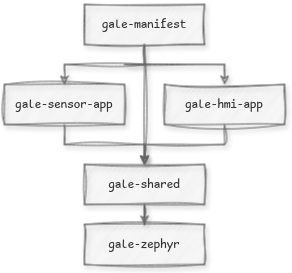
Before: res/gale-manifest.drawio.png, a diagram exported from draw.io (JaagupAverin/gale-manifest). Source tidied: cells renumbered, new cells last; positions are measured from the earlier drawing's top-left corner, leaving out a move shared by most shapes.
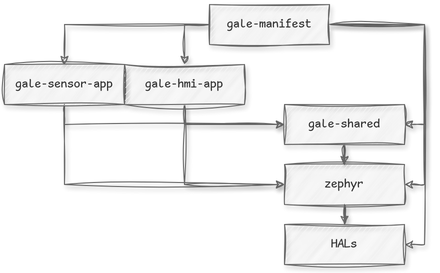
After the commit.

What changed in the source:
```diff
@@ -2,48 +2,56 @@
   <root>
     <mxCell id="0" />
     <mxCell id="1" parent="0" />
-    <mxCell id="2" style="edgeStyle=orthogonalEdgeStyle;rounded=0;jettySize=auto;html=1;entryX=0.5;entryY=0;entryDx=0;entryDy=0;fillColor=#f5f5f5;strokeColor=#666666;sketch=1;curveFitting=1;jiggle=2;shadow=1;fontFamily=Comic Sans MS;" parent="1" edge="1" target="9">
-      <mxGeometry relative="1" as="geometry">
-        <mxPoint x="120" y="60" as="sourcePoint" />
-        <Array as="points">
-          <mxPoint x="220" y="60" />
-        </Array>
-      </mxGeometry>
-    </mxCell>
+    <mxCell id="13" style="edgeStyle=orthogonalEdgeStyle;rounded=0;jettySize=auto;html=1;exitX=1;exitY=0.5;exitDx=0;exitDy=0;entryX=1;entryY=0.5;entryDx=0;entryDy=0;sketch=1;curveFitting=1;jiggle=2;shadow=1;strokeColor=#666666;fillColor=#f5f5f5;" parent="1" edge="1" source="5" target="19">
+      <mxGeometry relative="1" as="geometry" />
+    </mxCell>
+    <mxCell id="14" style="edgeStyle=orthogonalEdgeStyle;rounded=0;jettySize=auto;html=1;exitX=1;exitY=0.5;exitDx=0;exitDy=0;entryX=1;entryY=0.5;entryDx=0;entryDy=0;sketch=1;curveFitting=1;jiggle=2;shadow=1;strokeColor=#666666;fillColor=#f5f5f5;" parent="1" edge="1" source="5" target="12">
+      <mxGeometry relative="1" as="geometry" />
+    </mxCell>
+    <mxCell id="4" style="edgeStyle=orthogonalEdgeStyle;rounded=0;jettySize=auto;html=1;exitX=1;exitY=0.5;exitDx=0;exitDy=0;entryX=1;entryY=0.5;entryDx=0;entryDy=0;sketch=1;curveFitting=1;jiggle=2;shadow=1;strokeColor=#666666;fillColor=#f5f5f5;" parent="1" edge="1" source="5" target="11">
+      <mxGeometry relative="1" as="geometry" />
+    </mxCell>
-    <mxCell id="3" style="edgeStyle=orthogonalEdgeStyle;rounded=0;jettySize=auto;html=1;exitX=0.5;exitY=1;exitDx=0;exitDy=0;fillColor=#f5f5f5;strokeColor=#666666;sketch=1;curveFitting=1;jiggle=2;shadow=1;fontFamily=Comic Sans MS;" parent="1" edge="1" source="5" target="7">
+    <mxCell id="3" style="edgeStyle=orthogonalEdgeStyle;rounded=0;jettySize=auto;html=1;exitX=0;exitY=0.5;exitDx=0;exitDy=0;entryX=0.5;entryY=0;entryDx=0;entryDy=0;sketch=1;curveFitting=1;jiggle=2;shadow=1;strokeColor=#666666;fillColor=#f5f5f5;" parent="1" edge="1" source="5" target="7">
       <mxGeometry relative="1" as="geometry" />
     </mxCell>
-    <mxCell id="4" style="edgeStyle=orthogonalEdgeStyle;rounded=0;jettySize=auto;html=1;exitX=0.5;exitY=1;exitDx=0;exitDy=0;entryX=0.5;entryY=0;entryDx=0;entryDy=0;fillColor=#f5f5f5;strokeColor=#666666;sketch=1;curveFitting=1;jiggle=2;shadow=1;fontFamily=Comic Sans MS;" parent="1" edge="1" source="5" target="11">
-      <mxGeometry relative="1" as="geometry" />
-    </mxCell>
+    <mxCell id="15" style="edgeStyle=orthogonalEdgeStyle;rounded=0;jettySize=auto;html=1;exitX=0;exitY=0.5;exitDx=0;exitDy=0;entryX=0.5;entryY=0;entryDx=0;entryDy=0;sketch=1;curveFitting=1;jiggle=2;shadow=1;strokeColor=#666666;fillColor=#f5f5f5;" parent="1" edge="1" source="5" target="9">
+      <mxGeometry relative="1" as="geometry" />
+    </mxCell>
     <mxCell id="5" value="gale-manifest" style="rounded=0;whiteSpace=wrap;html=1;fillColor=#f5f5f5;strokeColor=#666666;sketch=1;curveFitting=1;jiggle=2;shadow=1;fontFamily=Comic Sans MS;fontColor=#333333;" parent="1" vertex="1">
-      <mxGeometry x="80" width="120" height="40" as="geometry" />
+      <mxGeometry x="85" y="-20" width="120" height="40" as="geometry" />
     </mxCell>
-    <mxCell id="6" style="edgeStyle=orthogonalEdgeStyle;rounded=0;jettySize=auto;html=1;exitX=0.5;exitY=1;exitDx=0;exitDy=0;entryX=0.5;entryY=0;entryDx=0;entryDy=0;fillColor=#f5f5f5;strokeColor=#666666;sketch=1;curveFitting=1;jiggle=2;shadow=1;fontFamily=Comic Sans MS;" parent="1" edge="1" source="7" target="11">
+    <mxCell id="6" style="edgeStyle=orthogonalEdgeStyle;rounded=0;jettySize=auto;html=1;exitX=0.5;exitY=1;exitDx=0;exitDy=0;entryX=0;entryY=0.5;entryDx=0;entryDy=0;sketch=1;curveFitting=1;jiggle=2;shadow=1;strokeColor=#666666;fillColor=#f5f5f5;" parent="1" edge="1" source="7" target="11">
       <mxGeometry relative="1" as="geometry" />
     </mxCell>
+    <mxCell id="16" style="edgeStyle=orthogonalEdgeStyle;rounded=0;jettySize=auto;html=1;exitX=0.5;exitY=1;exitDx=0;exitDy=0;entryX=0;entryY=0.5;entryDx=0;entryDy=0;sketch=1;curveFitting=1;jiggle=2;shadow=1;strokeColor=#666666;fillColor=#f5f5f5;" parent="1" edge="1" source="7" target="12">
+      <mxGeometry relative="1" as="geometry" />
+    </mxCell>
     <mxCell id="7" value="&lt;div&gt;gale-sensor-app&lt;/div&gt;" style="rounded=0;whiteSpace=wrap;html=1;fillColor=#f5f5f5;strokeColor=#666666;sketch=1;curveFitting=1;jiggle=2;shadow=1;fontFamily=Comic Sans MS;fontColor=#333333;" parent="1" vertex="1">
-      <mxGeometry y="80" width="120" height="40" as="geometry" />
+      <mxGeometry x="-120" y="40" width="120" height="40" as="geometry" />
     </mxCell>
-    <mxCell id="8" style="edgeStyle=orthogonalEdgeStyle;rounded=0;jettySize=auto;html=1;exitX=0.5;exitY=1;exitDx=0;exitDy=0;fillColor=#f5f5f5;strokeColor=#666666;sketch=1;curveFitting=1;jiggle=2;shadow=1;fontFamily=Comic Sans MS;" parent="1" edge="1" source="9" target="11">
-      <mxGeometry relative="1" as="geometry">
-        <Array as="points">
-          <mxPoint x="220" y="140" />
-          <mxPoint x="140" y="140" />
-        </Array>
-      </mxGeometry>
+    <mxCell id="8" style="edgeStyle=orthogonalEdgeStyle;rounded=0;jettySize=auto;html=1;exitX=0.5;exitY=1;exitDx=0;exitDy=0;entryX=0;entryY=0.5;entryDx=0;entryDy=0;sketch=1;curveFitting=1;jiggle=2;shadow=1;strokeColor=#666666;fillColor=#f5f5f5;" parent="1" edge="1" source="9" target="11">
+      <mxGeometry relative="1" as="geometry" />
     </mxCell>
+    <mxCell id="17" style="edgeStyle=orthogonalEdgeStyle;rounded=0;jettySize=auto;html=1;exitX=0.5;exitY=1;exitDx=0;exitDy=0;entryX=0;entryY=0.5;entryDx=0;entryDy=0;sketch=1;curveFitting=1;jiggle=2;shadow=1;strokeColor=#666666;fillColor=#f5f5f5;" parent="1" edge="1" source="9" target="12">
+      <mxGeometry relative="1" as="geometry" />
+    </mxCell>
     <mxCell id="9" value="gale-hmi-app" style="rounded=0;whiteSpace=wrap;html=1;fillColor=#f5f5f5;strokeColor=#666666;sketch=1;curveFitting=1;jiggle=2;shadow=1;fontFamily=Comic Sans MS;fontColor=#333333;" parent="1" vertex="1">
-      <mxGeometry x="160" y="80" width="120" height="40" as="geometry" />
+      <mxGeometry y="40" width="120" height="40" as="geometry" />
     </mxCell>
-    <mxCell id="10" style="edgeStyle=orthogonalEdgeStyle;rounded=0;jettySize=auto;html=1;fillColor=#f5f5f5;strokeColor=#666666;sketch=1;curveFitting=1;jiggle=2;shadow=1;fontFamily=Comic Sans MS;" parent="1" edge="1" source="11" target="12">
+    <mxCell id="10" style="edgeStyle=orthogonalEdgeStyle;rounded=0;jettySize=auto;html=1;entryX=0.5;entryY=0;entryDx=0;entryDy=0;sketch=1;curveFitting=1;jiggle=2;shadow=1;strokeColor=#666666;fillColor=#f5f5f5;" parent="1" edge="1" source="11" target="12">
       <mxGeometry relative="1" as="geometry" />
     </mxCell>
     <mxCell id="11" value="gale-shared" style="rounded=0;whiteSpace=wrap;html=1;fillColor=#f5f5f5;strokeColor=#666666;sketch=1;curveFitting=1;jiggle=2;shadow=1;fontFamily=Comic Sans MS;fontColor=#333333;" parent="1" vertex="1">
-      <mxGeometry x="80" y="160" width="120" height="40" as="geometry" />
+      <mxGeometry x="160" y="80" width="120" height="40" as="geometry" />
     </mxCell>
+    <mxCell id="18" style="edgeStyle=orthogonalEdgeStyle;rounded=0;jettySize=auto;html=1;sketch=1;curveFitting=1;jiggle=2;shadow=1;strokeColor=#666666;fillColor=#f5f5f5;" parent="1" edge="1" source="12" target="19">
+      <mxGeometry relative="1" as="geometry" />
+    </mxCell>
-    <mxCell id="12" value="gale-zephyr" style="rounded=0;whiteSpace=wrap;html=1;fillColor=#f5f5f5;strokeColor=#666666;sketch=1;curveFitting=1;jiggle=2;shadow=1;fontFamily=Comic Sans MS;fontColor=#333333;" parent="1" vertex="1">
-      <mxGeometry x="80" y="220" width="120" height="40" as="geometry" />
+    <mxCell id="12" value="zephyr" style="rounded=0;whiteSpace=wrap;html=1;fillColor=#f5f5f5;strokeColor=#666666;sketch=1;curveFitting=1;jiggle=2;shadow=1;fontFamily=Comic Sans MS;fontColor=#333333;" parent="1" vertex="1">
+      <mxGeometry x="160" y="140" width="120" height="40" as="geometry" />
     </mxCell>
+    <mxCell id="19" value="HALs" style="rounded=0;whiteSpace=wrap;html=1;fillColor=#f5f5f5;strokeColor=#666666;sketch=1;curveFitting=1;jiggle=2;shadow=1;fontFamily=Comic Sans MS;fontColor=#333333;" parent="1" vertex="1">
+      <mxGeometry x="160" y="200" width="120" height="40" as="geometry" />
+    </mxCell>
   </root>
 </mxGraphModel>
```
